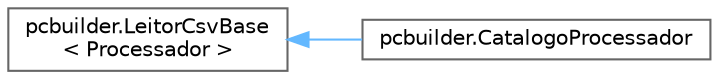
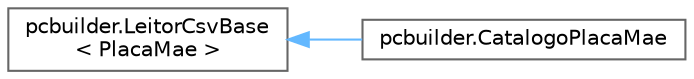
digraph "Graphical Class Hierarchy"
{
 // LATEX_PDF_SIZE
  bgcolor="transparent";
  edge [fontname=Helvetica,fontsize=10,labelfontname=Helvetica,labelfontsize=10];
  node [fontname=Helvetica,fontsize=10,shape=box,height=0.2,width=0.4];
  rankdir="LR";
-   Node0 [id="Node000000",label="pcbuilder.LeitorCsvBase\l\< Processador \>",height=0.2,width=0.4,color="grey40", fillcolor="white", style="filled",URL="$classpcbuilder_1_1LeitorCsvBase.html",tooltip=" "];
+   Node0 [id="Node000000",label="pcbuilder.LeitorCsvBase\l\< PlacaMae \>",height=0.2,width=0.4,color="grey40", fillcolor="white", style="filled",URL="$classpcbuilder_1_1LeitorCsvBase.html",tooltip=" "];
  Node0 -> Node1 [id="edge7_Node000000_Node000001",dir="back",color="steelblue1",style="solid",tooltip=" "];
-   Node1 [id="Node000001",label="pcbuilder.CatalogoProcessador",height=0.2,width=0.4,color="grey40", fillcolor="white", style="filled",URL="$classpcbuilder_1_1CatalogoProcessador.html",tooltip="DAO específico do Processador. Herda a base de arquivos e foca apenas em converter as 10 colunas em u..."];
+   Node1 [id="Node000001",label="pcbuilder.CatalogoPlacaMae",height=0.2,width=0.4,color="grey40", fillcolor="white", style="filled",URL="$classpcbuilder_1_1CatalogoPlacaMae.html",tooltip="DAO específico da Placa-Mãe. Herda a base de arquivos e implementa a conversão de colunas como Chipse..."];
}
